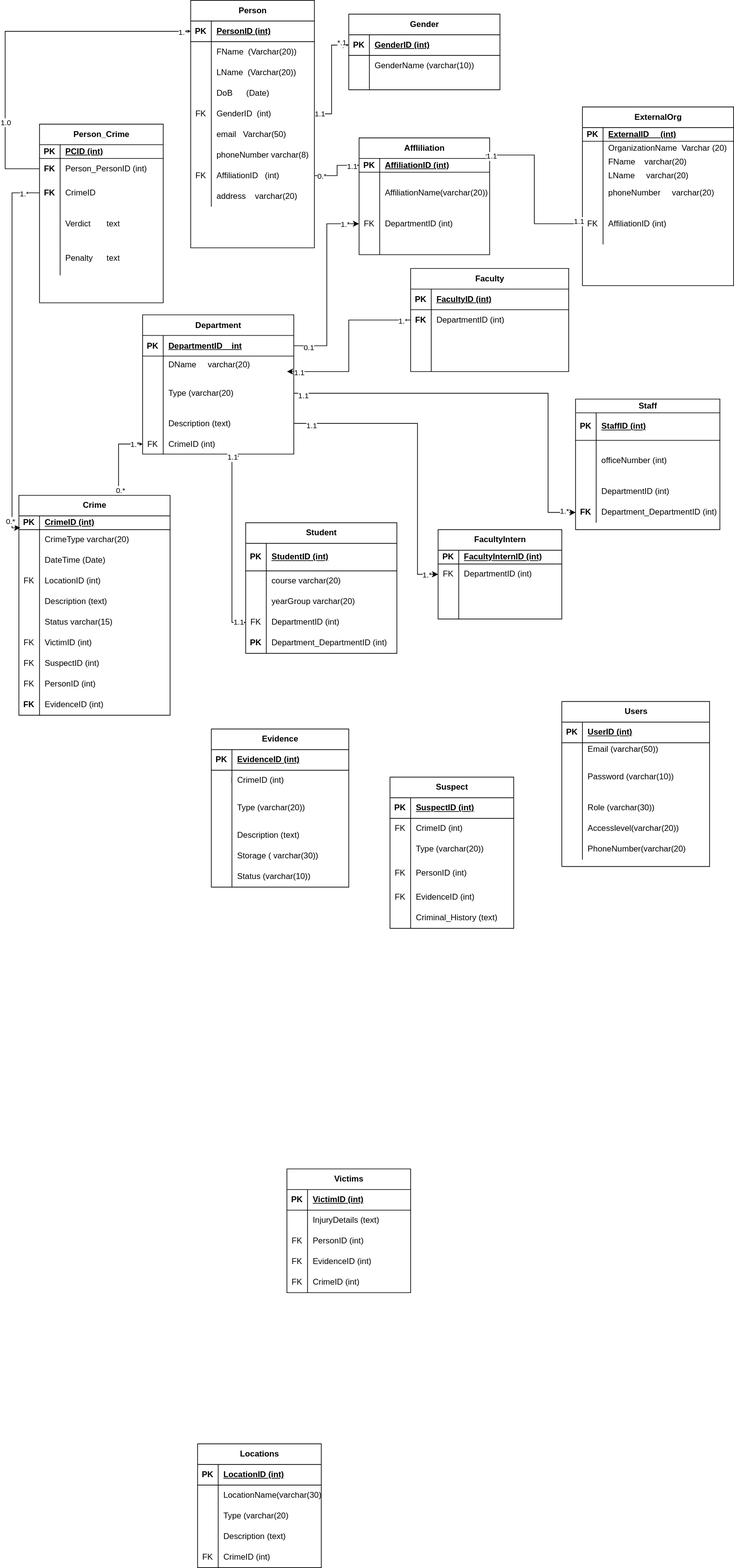
Before: Untitled Diagram.drawio.svg, a diagram exported from draw.io (Priscile2/Diagrams). Source tidied: cells renumbered, new cells last; positions are measured from the earlier drawing's top-left corner, leaving out a move shared by most shapes.
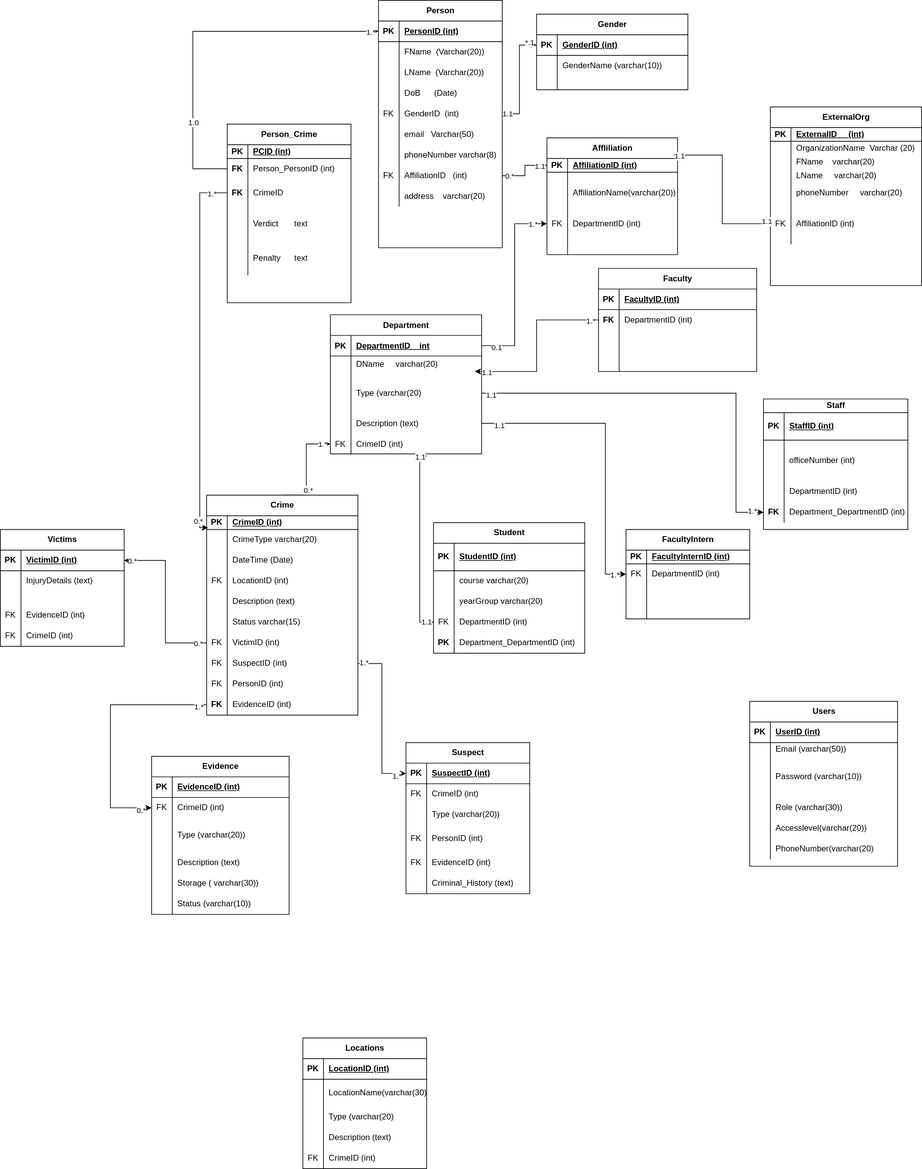
Later version of the same file.

What changed in the source:
```diff
@@ -174,7 +174,7 @@
       <mxGeometry x="30" width="190" height="30" as="geometry" />
     </mxCell>
     <mxCell id="59" value="Evidence" style="shape=table;startSize=30;rowLines=0;fontStyle=1;align=center;html=1;" parent="1" vertex="1">
-      <mxGeometry x="300" y="1060" width="200" height="230" as="geometry" />
+      <mxGeometry x="-60" y="1100" width="200" height="230" as="geometry" />
     </mxCell>
     <mxCell id="60" style="shape=tableRow;horizontal=0;startSize=0;swimlaneHead=0;swimlaneBody=0;fillColor=none;top=0;left=0;right=0;bottom=1;" parent="59" vertex="1">
       <mxGeometry y="30" width="200" height="30" as="geometry" />
@@ -188,7 +188,7 @@
     <mxCell id="63" style="shape=tableRow;horizontal=0;startSize=0;swimlaneHead=0;swimlaneBody=0;fillColor=none;points=[[0,0.5],[1,0.5]];portConstraint=eastwest;top=0;left=0;right=0;bottom=0;" parent="59" vertex="1">
       <mxGeometry y="60" width="200" height="30" as="geometry" />
     </mxCell>
-    <mxCell id="64" value="&lt;span style=&quot;white-space: pre;&quot;&gt;&#9;&lt;/span&gt;I" style="shape=partialRectangle;fillColor=none;top=0;left=0;bottom=0;right=0;overflow=hidden;whiteSpace=wrap;html=1;" parent="63" vertex="1">
+    <mxCell id="64" value="&lt;span style=&quot;white-space: pre;&quot;&gt;FK&lt;/span&gt;" style="shape=partialRectangle;fillColor=none;top=0;left=0;bottom=0;right=0;overflow=hidden;whiteSpace=wrap;html=1;" parent="63" vertex="1">
       <mxGeometry width="30" height="30" as="geometry" />
     </mxCell>
     <mxCell id="65" value="CrimeID (int)&amp;nbsp;" style="shape=partialRectangle;fillColor=none;top=0;left=0;bottom=0;right=0;align=left;spacingLeft=6;overflow=hidden;whiteSpace=wrap;html=1;" parent="63" vertex="1">
@@ -231,7 +231,7 @@
       <mxGeometry x="30" width="170" height="30" as="geometry" />
     </mxCell>
     <mxCell id="78" value="Suspect" style="shape=table;startSize=30;rowLines=0;fontStyle=1;align=center;html=1;" parent="1" vertex="1">
-      <mxGeometry x="560" y="1130" width="180" height="220" as="geometry" />
+      <mxGeometry x="310" y="1080" width="180" height="220" as="geometry" />
     </mxCell>
     <mxCell id="79" style="shape=tableRow;horizontal=0;startSize=0;swimlaneHead=0;swimlaneBody=0;fillColor=none;points=[[0,0.5],[1,0.5]];portConstraint=eastwest;top=0;left=0;right=0;bottom=1;" parent="78" vertex="1">
       <mxGeometry y="30" width="180" height="30" as="geometry" />
@@ -623,7 +623,7 @@
       <mxGeometry x="30" width="190" height="30" as="geometry" />
     </mxCell>
     <mxCell id="208" value="Victims" style="shape=table;startSize=30;rowLines=0;fontStyle=1;align=center;html=1;" parent="1" vertex="1">
-      <mxGeometry x="410" y="1700" width="180" height="180" as="geometry" />
+      <mxGeometry x="-280" y="770" width="180" height="170" as="geometry" />
     </mxCell>
     <mxCell id="209" style="shape=tableRow;horizontal=0;startSize=0;swimlaneHead=0;swimlaneBody=0;fillColor=none;points=[[0,0.5],[1,0.5]];portConstraint=eastwest;top=0;left=0;right=0;bottom=1;" parent="208" vertex="1">
       <mxGeometry y="30" width="180" height="30" as="geometry" />
@@ -644,16 +644,16 @@
       <mxGeometry x="30" width="150" height="30" as="geometry" />
     </mxCell>
     <mxCell id="215" style="shape=tableRow;horizontal=0;startSize=0;swimlaneHead=0;swimlaneBody=0;fillColor=none;top=0;left=0;right=0;bottom=0;" parent="208" vertex="1">
-      <mxGeometry y="90" width="180" height="30" as="geometry" />
+      <mxGeometry y="90" width="180" height="20" as="geometry" />
     </mxCell>
-    <mxCell id="216" value="FK" style="shape=partialRectangle;fillColor=none;top=0;left=0;bottom=0;right=0;overflow=hidden;whiteSpace=wrap;html=1;" parent="215" vertex="1">
-      <mxGeometry width="30" height="30" as="geometry" />
+    <mxCell id="216" style="shape=partialRectangle;fillColor=none;top=0;left=0;bottom=0;right=0;overflow=hidden;whiteSpace=wrap;html=1;" parent="215" vertex="1">
+      <mxGeometry width="30" height="20" as="geometry" />
     </mxCell>
-    <mxCell id="217" value="PersonID (int)" style="shape=partialRectangle;fillColor=none;top=0;left=0;bottom=0;right=0;align=left;spacingLeft=6;overflow=hidden;whiteSpace=wrap;html=1;" parent="215" vertex="1">
-      <mxGeometry x="30" width="150" height="30" as="geometry" />
+    <mxCell id="217" style="shape=partialRectangle;fillColor=none;top=0;left=0;bottom=0;right=0;align=left;spacingLeft=6;overflow=hidden;whiteSpace=wrap;html=1;" parent="215" vertex="1">
+      <mxGeometry x="30" width="150" height="20" as="geometry" />
     </mxCell>
     <mxCell id="218" style="shape=tableRow;horizontal=0;startSize=0;swimlaneHead=0;swimlaneBody=0;fillColor=none;top=0;left=0;right=0;bottom=0;" parent="208" vertex="1">
-      <mxGeometry y="120" width="180" height="30" as="geometry" />
+      <mxGeometry y="110" width="180" height="30" as="geometry" />
     </mxCell>
     <mxCell id="219" value="FK" style="shape=partialRectangle;fillColor=none;top=0;left=0;bottom=0;right=0;overflow=hidden;whiteSpace=wrap;html=1;" parent="218" vertex="1">
       <mxGeometry width="30" height="30" as="geometry" />
@@ -662,7 +662,7 @@
       <mxGeometry x="30" width="150" height="30" as="geometry" />
     </mxCell>
     <mxCell id="221" style="shape=tableRow;horizontal=0;startSize=0;swimlaneHead=0;swimlaneBody=0;fillColor=none;top=0;left=0;right=0;bottom=0;" parent="208" vertex="1">
-      <mxGeometry y="150" width="180" height="30" as="geometry" />
+      <mxGeometry y="140" width="180" height="30" as="geometry" />
     </mxCell>
     <mxCell id="222" value="FK" style="shape=partialRectangle;fillColor=none;top=0;left=0;bottom=0;right=0;overflow=hidden;whiteSpace=wrap;html=1;" parent="221" vertex="1">
       <mxGeometry width="30" height="30" as="geometry" />
@@ -749,7 +749,7 @@
       <mxGeometry x="30" width="150" height="20" as="geometry" />
     </mxCell>
     <mxCell id="250" value="Locations" style="shape=table;startSize=30;rowLines=0;fontStyle=1;align=center;html=1;" parent="1" vertex="1">
-      <mxGeometry x="280" y="2100" width="180" height="180" as="geometry" />
+      <mxGeometry x="160" y="1510" width="180" height="190" as="geometry" />
     </mxCell>
     <mxCell id="251" style="shape=tableRow;horizontal=0;startSize=0;swimlaneHead=0;swimlaneBody=0;fillColor=none;top=0;left=0;right=0;bottom=1;" parent="250" vertex="1">
       <mxGeometry y="30" width="180" height="30" as="geometry" />
@@ -761,16 +761,16 @@
       <mxGeometry x="30" width="150" height="30" as="geometry" />
     </mxCell>
     <mxCell id="254" style="shape=tableRow;horizontal=0;startSize=0;swimlaneHead=0;swimlaneBody=0;fillColor=none;top=0;left=0;right=0;bottom=0;" parent="250" vertex="1">
-      <mxGeometry y="60" width="180" height="30" as="geometry" />
+      <mxGeometry y="60" width="180" height="40" as="geometry" />
     </mxCell>
     <mxCell id="255" style="shape=partialRectangle;fillColor=none;top=0;left=0;bottom=0;right=0;overflow=hidden;whiteSpace=wrap;html=1;" parent="254" vertex="1">
-      <mxGeometry width="30" height="30" as="geometry" />
+      <mxGeometry width="30" height="40" as="geometry" />
     </mxCell>
     <mxCell id="256" value="LocationName(varchar(30))" style="shape=partialRectangle;fillColor=none;top=0;left=0;bottom=0;right=0;align=left;spacingLeft=6;overflow=hidden;whiteSpace=wrap;html=1;" parent="254" vertex="1">
-      <mxGeometry x="30" width="150" height="30" as="geometry" />
+      <mxGeometry x="30" width="150" height="40" as="geometry" />
     </mxCell>
     <mxCell id="257" style="shape=tableRow;horizontal=0;startSize=0;swimlaneHead=0;swimlaneBody=0;fillColor=none;top=0;left=0;right=0;bottom=0;" parent="250" vertex="1">
-      <mxGeometry y="90" width="180" height="30" as="geometry" />
+      <mxGeometry y="100" width="180" height="30" as="geometry" />
     </mxCell>
     <mxCell id="258" style="shape=partialRectangle;fillColor=none;top=0;left=0;bottom=0;right=0;overflow=hidden;whiteSpace=wrap;html=1;" parent="257" vertex="1">
       <mxGeometry width="30" height="30" as="geometry" />
@@ -779,7 +779,7 @@
       <mxGeometry x="30" width="150" height="30" as="geometry" />
     </mxCell>
     <mxCell id="260" style="shape=tableRow;horizontal=0;startSize=0;swimlaneHead=0;swimlaneBody=0;fillColor=none;top=0;left=0;right=0;bottom=0;" parent="250" vertex="1">
-      <mxGeometry y="120" width="180" height="30" as="geometry" />
+      <mxGeometry y="130" width="180" height="30" as="geometry" />
     </mxCell>
     <mxCell id="261" style="shape=partialRectangle;fillColor=none;top=0;left=0;bottom=0;right=0;overflow=hidden;whiteSpace=wrap;html=1;" parent="260" vertex="1">
       <mxGeometry width="30" height="30" as="geometry" />
@@ -788,7 +788,7 @@
       <mxGeometry x="30" width="150" height="30" as="geometry" />
     </mxCell>
     <mxCell id="263" style="shape=tableRow;horizontal=0;startSize=0;swimlaneHead=0;swimlaneBody=0;fillColor=none;top=0;left=0;right=0;bottom=0;" parent="250" vertex="1">
-      <mxGeometry y="150" width="180" height="30" as="geometry" />
+      <mxGeometry y="160" width="180" height="30" as="geometry" />
     </mxCell>
     <mxCell id="264" value="FK" style="shape=partialRectangle;fillColor=none;top=0;left=0;bottom=0;right=0;overflow=hidden;whiteSpace=wrap;html=1;" parent="263" vertex="1">
       <mxGeometry width="30" height="30" as="geometry" />
@@ -973,5 +973,36 @@
         <mxPoint x="1" as="offset" />
       </mxGeometry>
     </mxCell>
+    <mxCell id="312" style="edgeStyle=elbowEdgeStyle;rounded=0;jettySize=auto;html=1;entryX=0;entryY=0.5;entryDx=0;entryDy=0;" parent="1" edge="1" source="205" target="63">
+      <mxGeometry relative="1" as="geometry">
+        <Array as="points">
+          <mxPoint x="-120" y="1100" />
+        </Array>
+      </mxGeometry>
+    </mxCell>
+    <mxCell id="313" value="1.*" style="edgeLabel;html=1;align=center;verticalAlign=middle;" parent="312" vertex="1">
+      <mxGeometry x="-0.93" y="2" relative="1" as="geometry" />
+    </mxCell>
+    <mxCell id="314" value="0.*" style="edgeLabel;html=1;align=center;verticalAlign=middle;" parent="312" vertex="1">
+      <mxGeometry x="0.91" y="-3" relative="1" as="geometry" />
+    </mxCell>
+    <mxCell id="315" style="edgeStyle=elbowEdgeStyle;rounded=0;jettySize=auto;html=1;exitX=0;exitY=0.5;exitDx=0;exitDy=0;entryX=1;entryY=0.5;entryDx=0;entryDy=0;" parent="1" edge="1" source="196" target="209">
+      <mxGeometry relative="1" as="geometry" />
+    </mxCell>
+    <mxCell id="316" value="0.*" style="edgeLabel;html=1;align=center;verticalAlign=middle;" parent="315" vertex="1">
+      <mxGeometry x="-0.89" relative="1" as="geometry" />
+    </mxCell>
+    <mxCell id="317" value="0.*" style="edgeLabel;html=1;align=center;verticalAlign=middle;" parent="315" vertex="1">
+      <mxGeometry x="0.91" relative="1" as="geometry" />
+    </mxCell>
+    <mxCell id="318" style="edgeStyle=elbowEdgeStyle;rounded=0;jettySize=auto;html=1;exitX=1;exitY=0.5;exitDx=0;exitDy=0;entryX=0;entryY=0.5;entryDx=0;entryDy=0;" parent="1" edge="1" source="199" target="79">
+      <mxGeometry relative="1" as="geometry" />
+    </mxCell>
+    <mxCell id="319" value="1.*" style="edgeLabel;html=1;align=center;verticalAlign=middle;" parent="318" vertex="1">
+      <mxGeometry x="-0.93" y="2" relative="1" as="geometry" />
+    </mxCell>
+    <mxCell id="320" value="1.*" style="edgeLabel;html=1;align=center;verticalAlign=middle;" parent="318" vertex="1">
+      <mxGeometry x="0.88" y="-3" relative="1" as="geometry" />
+    </mxCell>
   </root>
 </mxGraphModel>
```
